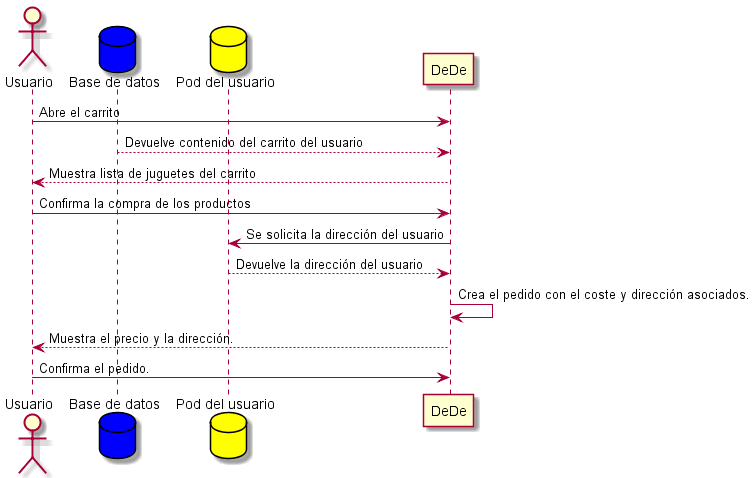
Arquisoft/dede_es2a keeps this PlantUML diagram as images/ComprarProducto.png. Above is the earlier version. The source it was exported from:
```plantuml
@startuml
actor Usuario
database BaseDeDatos as "Base de datos" #blue
database Pod as "Pod del usuario" #yellow
Usuario -> DeDe: Abre el carrito
DeDe <-- BaseDeDatos: Devuelve contenido del carrito del usuario
Usuario <-- DeDe: Muestra lista de juguetes del carrito
Usuario -> DeDe: Confirma la compra de los productos
DeDe -> Pod: Se solicita la dirección del usuario
DeDe <-- Pod: Devuelve la dirección del usuario
DeDe -> DeDe: Crea el pedido con el coste y dirección asociados.
Usuario <-- DeDe: Muestra el precio y la dirección.
Usuario -> DeDe: Confirma el pedido.
@enduml
```
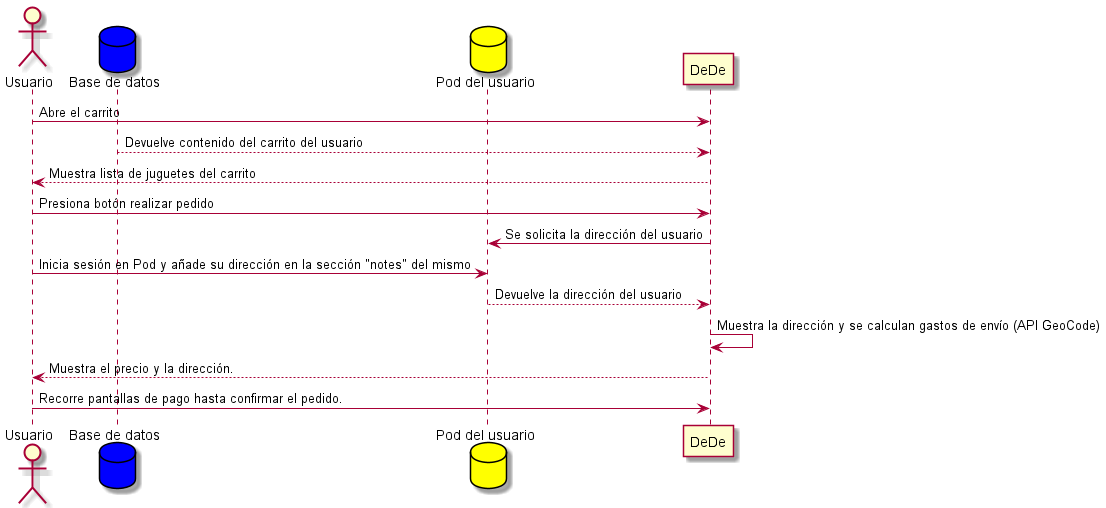
The same diagram one commit later.

Diff of the diagram source:
```diff
@@ -5,10 +5,11 @@
 Usuario -> DeDe: Abre el carrito
 DeDe <-- BaseDeDatos: Devuelve contenido del carrito del usuario
 Usuario <-- DeDe: Muestra lista de juguetes del carrito
-Usuario -> DeDe: Confirma la compra de los productos
+Usuario -> DeDe: Presiona botón realizar pedido
 DeDe -> Pod: Se solicita la dirección del usuario
+Usuario -> Pod: Inicia sesión en Pod y añade su dirección en la sección "notes" del mismo
 DeDe <-- Pod: Devuelve la dirección del usuario
-DeDe -> DeDe: Crea el pedido con el coste y dirección asociados.
+DeDe -> DeDe: Muestra la dirección y se calculan gastos de envío (API GeoCode)
 Usuario <-- DeDe: Muestra el precio y la dirección.
-Usuario -> DeDe: Confirma el pedido.
+Usuario -> DeDe: Recorre pantallas de pago hasta confirmar el pedido.
 @enduml
```
